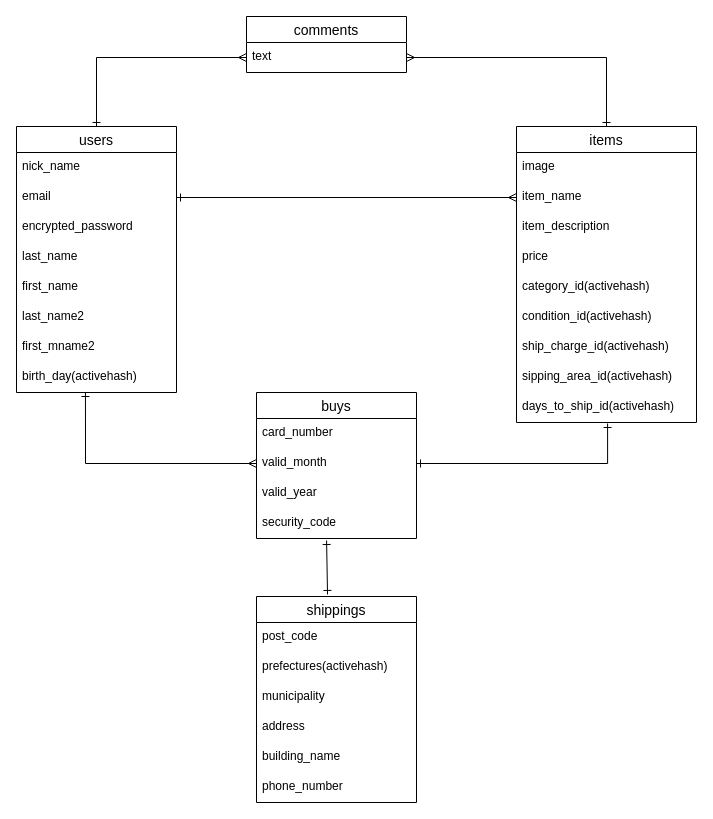
This is page "ページ1" (1 of 2) of ER.dio from Kazuki3dayo/furima-31103, a draw.io file, before an edit. Source tidied: cells renumbered, new cells numbered last; positions are measured from the earlier drawing's top-left corner, leaving out a move shared by most shapes. Both pictures are drawn from the tidied source at 100%, with x=0, y=0 at pixel (16, 16).
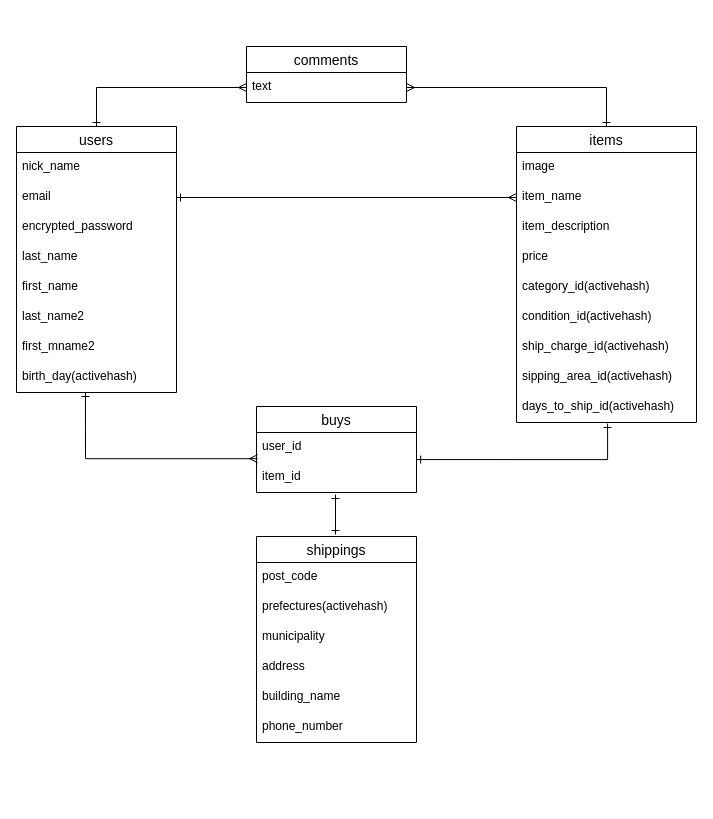
The same page after the edit.

Commit message (it also covers changes not shown here):
ER図、README修正6

The change refers to these unchanged cells:
```xml
<mxCell id="18" value="birth_day(activehash)" style="text;strokeColor=none;fillColor=none;spacingLeft=4;spacingRight=4;overflow=hidden;points=[[0,0.5],[1,0.5]];portConstraint=eastwest;fontSize=12;" parent="10" vertex="1">
  <mxGeometry y="236" width="160" height="30" as="geometry" />
</mxCell>
<mxCell id="28" value="days_to_ship_id(activehash)" style="text;strokeColor=none;fillColor=none;spacingLeft=4;spacingRight=4;overflow=hidden;points=[[0,0.5],[1,0.5]];portConstraint=eastwest;fontSize=12;" parent="19" vertex="1">
  <mxGeometry y="266" width="180" height="30" as="geometry" />
</mxCell>
```

The edit, as a diff of the source:
```diff
@@
-    <mxCell id="2" style="endArrow=ERone;html=1;rounded=0;exitX=0.444;exitY=-0.01;exitDx=0;exitDy=0;exitPerimeter=0;endFill=0;startArrow=ERone;startFill=0;entryX=0.438;entryY=1.067;entryDx=0;entryDy=0;entryPerimeter=0;" parent="1" edge="1" source="34" target="33">
-      <mxGeometry relative="1" as="geometry" />
-    </mxCell>
-    <mxCell id="3" value="comments" style="swimlane;fontStyle=0;horizontal=1;startSize=26;align=center;fontSize=14;" parent="1" vertex="1">
-      <mxGeometry x="230" width="160" height="56" as="geometry" />
-    </mxCell>
-    <mxCell id="4" value="text" style="text;strokeColor=none;fillColor=none;spacingLeft=4;spacingRight=4;overflow=hidden;points=[[0,0.5],[1,0.5]];portConstraint=eastwest;fontSize=12;" parent="3" vertex="1">
-      <mxGeometry y="26" width="160" height="30" as="geometry" />
-    </mxCell>
@@
-    <mxCell id="8" style="edgeStyle=orthogonalEdgeStyle;rounded=0;jettySize=auto;html=1;exitX=0;exitY=0.5;exitDx=0;exitDy=0;startArrow=ERmany;startFill=0;endArrow=ERone;endFill=0;entryX=0.431;entryY=1;entryDx=0;entryDy=0;entryPerimeter=0;" parent="1" edge="1" source="31" target="18">
+    <mxCell id="8" style="edgeStyle=orthogonalEdgeStyle;rounded=0;jettySize=auto;html=1;exitX=0.007;exitY=0.873;exitDx=0;exitDy=0;startArrow=ERmany;startFill=0;endArrow=ERone;endFill=0;entryX=0.431;entryY=1;entryDx=0;entryDy=0;entryPerimeter=0;exitPerimeter=0;" parent="1" edge="1" source="30" target="18">
       <mxGeometry relative="1" as="geometry" />
     </mxCell>
-    <mxCell id="9" style="edgeStyle=orthogonalEdgeStyle;rounded=0;jettySize=auto;html=1;exitX=1;exitY=0.5;exitDx=0;exitDy=0;startArrow=ERone;startFill=0;endArrow=ERone;endFill=0;entryX=0.506;entryY=1.033;entryDx=0;entryDy=0;entryPerimeter=0;" parent="1" edge="1" source="31" target="28">
+    <mxCell id="9" style="edgeStyle=orthogonalEdgeStyle;rounded=0;jettySize=auto;html=1;exitX=1.001;exitY=-0.097;exitDx=0;exitDy=0;startArrow=ERone;startFill=0;endArrow=ERone;endFill=0;entryX=0.506;entryY=1.033;entryDx=0;entryDy=0;entryPerimeter=0;exitPerimeter=0;" parent="1" edge="1" source="31" target="28">
       <mxGeometry relative="1" as="geometry" />
     </mxCell>
@@
+    <mxCell id="41" style="edgeStyle=orthogonalEdgeStyle;rounded=0;orthogonalLoop=1;jettySize=auto;html=1;startArrow=ERone;startFill=0;endArrow=ERone;endFill=0;" parent="1" edge="1">
+      <mxGeometry relative="1" as="geometry">
+        <mxPoint x="319" y="518" as="sourcePoint" />
+        <mxPoint x="319" y="478" as="targetPoint" />
+        <Array as="points">
+          <mxPoint x="319.3" y="478" />
+          <mxPoint x="319.3" y="478" />
+        </Array>
+      </mxGeometry>
+    </mxCell>
+    <mxCell id="3" value="comments" style="swimlane;fontStyle=0;horizontal=1;startSize=26;align=center;fontSize=14;" parent="1" vertex="1">
+      <mxGeometry x="230" y="30" width="160" height="56" as="geometry" />
+    </mxCell>
+    <mxCell id="4" value="text" style="text;strokeColor=none;fillColor=none;spacingLeft=4;spacingRight=4;overflow=hidden;points=[[0,0.5],[1,0.5]];portConstraint=eastwest;fontSize=12;" parent="3" vertex="1">
+      <mxGeometry y="26" width="160" height="30" as="geometry" />
+    </mxCell>
     <mxCell id="29" value="buys" style="swimlane;fontStyle=0;horizontal=1;startSize=26;align=center;fontSize=14;" parent="1" vertex="1">
-      <mxGeometry x="240" y="376" width="160" height="146" as="geometry" />
+      <mxGeometry x="240" y="390" width="160" height="86" as="geometry" />
     </mxCell>
-    <mxCell id="30" value="card_number" style="text;strokeColor=none;fillColor=none;spacingLeft=4;spacingRight=4;overflow=hidden;points=[[0,0.5],[1,0.5]];portConstraint=eastwest;fontSize=12;" parent="29" vertex="1">
+    <mxCell id="30" value="user_id" style="text;strokeColor=none;fillColor=none;spacingLeft=4;spacingRight=4;overflow=hidden;points=[[0,0.5],[1,0.5]];portConstraint=eastwest;fontSize=12;" parent="29" vertex="1">
       <mxGeometry y="26" width="160" height="30" as="geometry" />
     </mxCell>
-    <mxCell id="31" value="valid_month" style="text;strokeColor=none;fillColor=none;spacingLeft=4;spacingRight=4;overflow=hidden;points=[[0,0.5],[1,0.5]];portConstraint=eastwest;fontSize=12;" parent="29" vertex="1">
+    <mxCell id="31" value="item_id" style="text;strokeColor=none;fillColor=none;spacingLeft=4;spacingRight=4;overflow=hidden;points=[[0,0.5],[1,0.5]];portConstraint=eastwest;fontSize=12;" parent="29" vertex="1">
       <mxGeometry y="56" width="160" height="30" as="geometry" />
     </mxCell>
-    <mxCell id="32" value="valid_year" style="text;strokeColor=none;fillColor=none;spacingLeft=4;spacingRight=4;overflow=hidden;fontSize=12;" parent="29" vertex="1">
-      <mxGeometry y="86" width="160" height="30" as="geometry" />
-    </mxCell>
-    <mxCell id="33" value="security_code" style="text;strokeColor=none;fillColor=none;spacingLeft=4;spacingRight=4;overflow=hidden;points=[[0,0.5],[1,0.5]];portConstraint=eastwest;fontSize=12;" parent="29" vertex="1">
-      <mxGeometry y="116" width="160" height="30" as="geometry" />
-    </mxCell>
     <mxCell id="34" value="shippings" style="swimlane;fontStyle=0;horizontal=1;startSize=26;align=center;fontSize=14;" parent="1" vertex="1">
-      <mxGeometry x="240" y="580" width="160" height="206" as="geometry" />
+      <mxGeometry x="240" y="520" width="160" height="206" as="geometry" />
     </mxCell>
```
